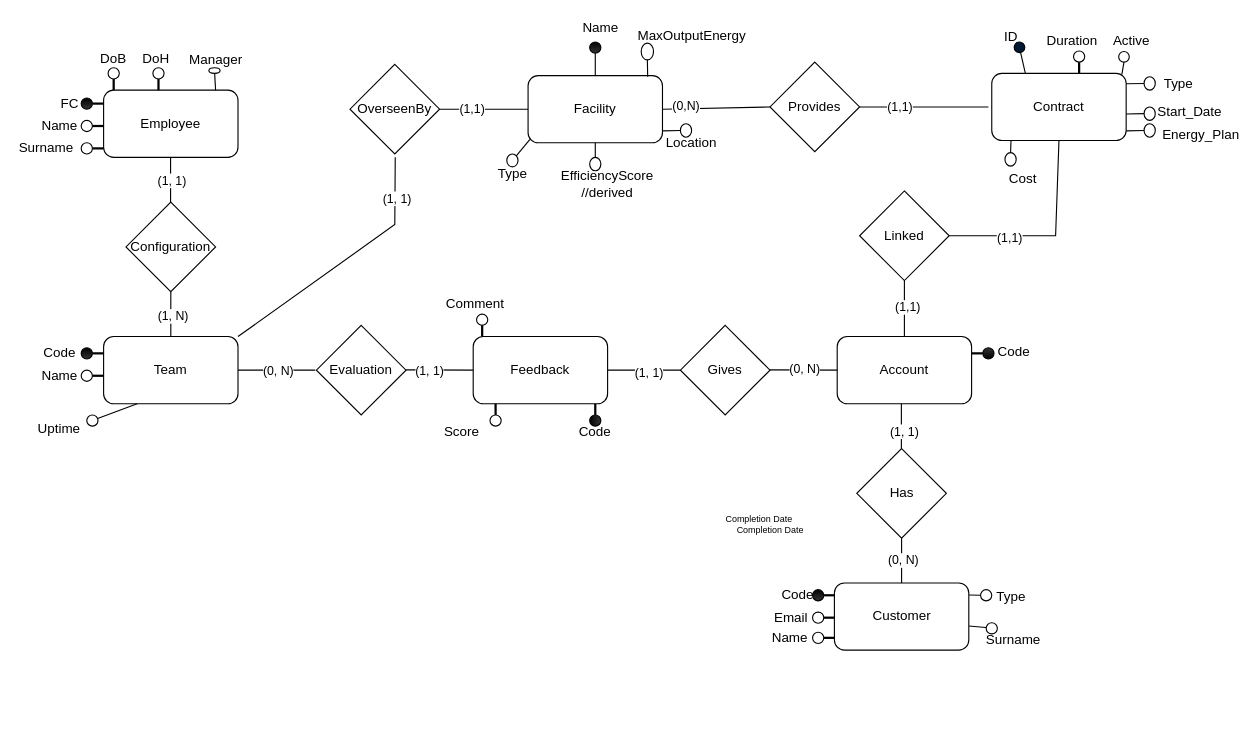
This is Exam/Documentation/Draw/ER.drawio from Fonty02/DBSystems, a draw.io file, before an edit. Source tidied: cells renumbered, new cells numbered last; positions are measured from the earlier drawing's top-left corner, leaving out a move shared by most shapes. Both pictures are drawn from the tidied source at 112%, with x=0, y=0 at pixel (25, 18).
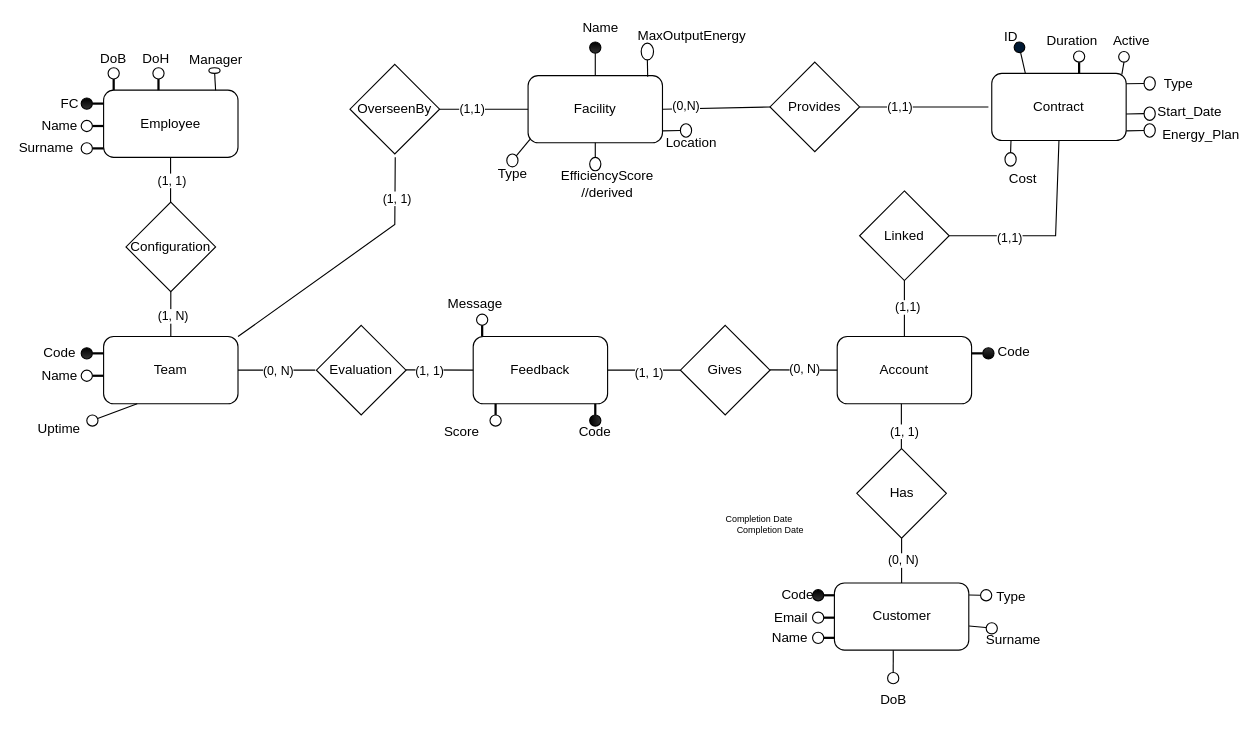
Above is the later version.

The change refers to these unchanged cells:
```xml
<mxCell id="3" value="Customer" style="rounded=1;whiteSpace=wrap;html=1;" parent="1" vertex="1">
  <mxGeometry x="722.5" y="504" width="120" height="60" as="geometry" />
</mxCell>
```

The edit, as a diff of the source:
```diff
@@
-    <mxCell id="70" value="Comment" style="text;html=1;align=center;verticalAlign=middle;whiteSpace=wrap;rounded=0;" parent="1" vertex="1">
+    <mxCell id="70" value="Message" style="text;html=1;align=center;verticalAlign=middle;whiteSpace=wrap;rounded=0;" parent="1" vertex="1">
       <mxGeometry x="397" y="250" width="10" height="10" as="geometry" />
     </mxCell>
@@
+    <mxCell id="152" style="endArrow=none;html=1;rounded=0;entryX=0.438;entryY=1;entryDx=0;entryDy=0;entryPerimeter=0;" parent="1" edge="1" source="153" target="3">
+      <mxGeometry relative="1" as="geometry" />
+    </mxCell>
+    <mxCell id="153" style="ellipse;whiteSpace=wrap;html=1;" parent="1" vertex="1">
+      <mxGeometry x="770" y="584" width="10" height="10" as="geometry" />
+    </mxCell>
+    <mxCell id="154" value="DoB" style="text;html=1;align=center;verticalAlign=middle;strokeColor=none;fillColor=none;" parent="1" vertex="1">
+      <mxGeometry x="750" y="594" width="50" height="30" as="geometry" />
+    </mxCell>
```
